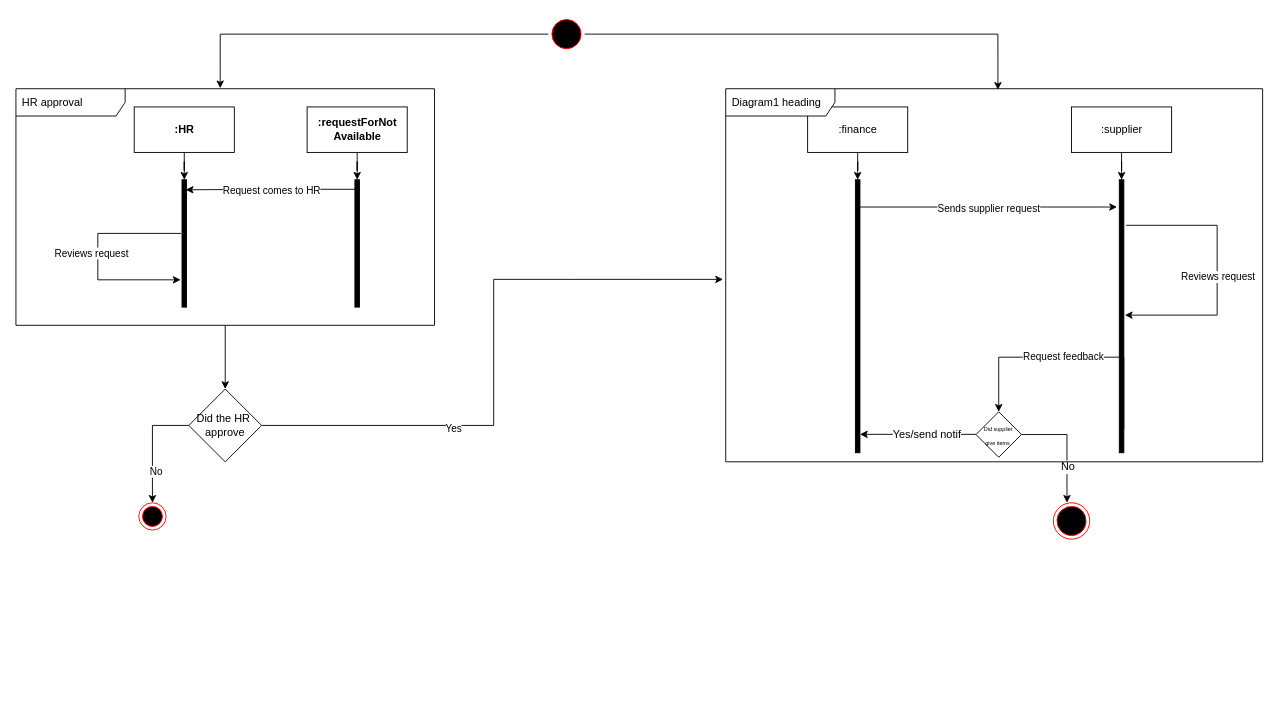
The draw.io diagram Interaction Overview Diagram/BuyItemsIOD.drawio in kjahaj/Inventory-system-Door-7-guys., before the edit. Source tidied: cells renumbered, new cells numbered last; positions are measured from the earlier drawing's top-left corner, leaving out a move shared by most shapes. Both pictures are drawn from the tidied source at 91%, with x=0, y=0 at pixel (15, 15).
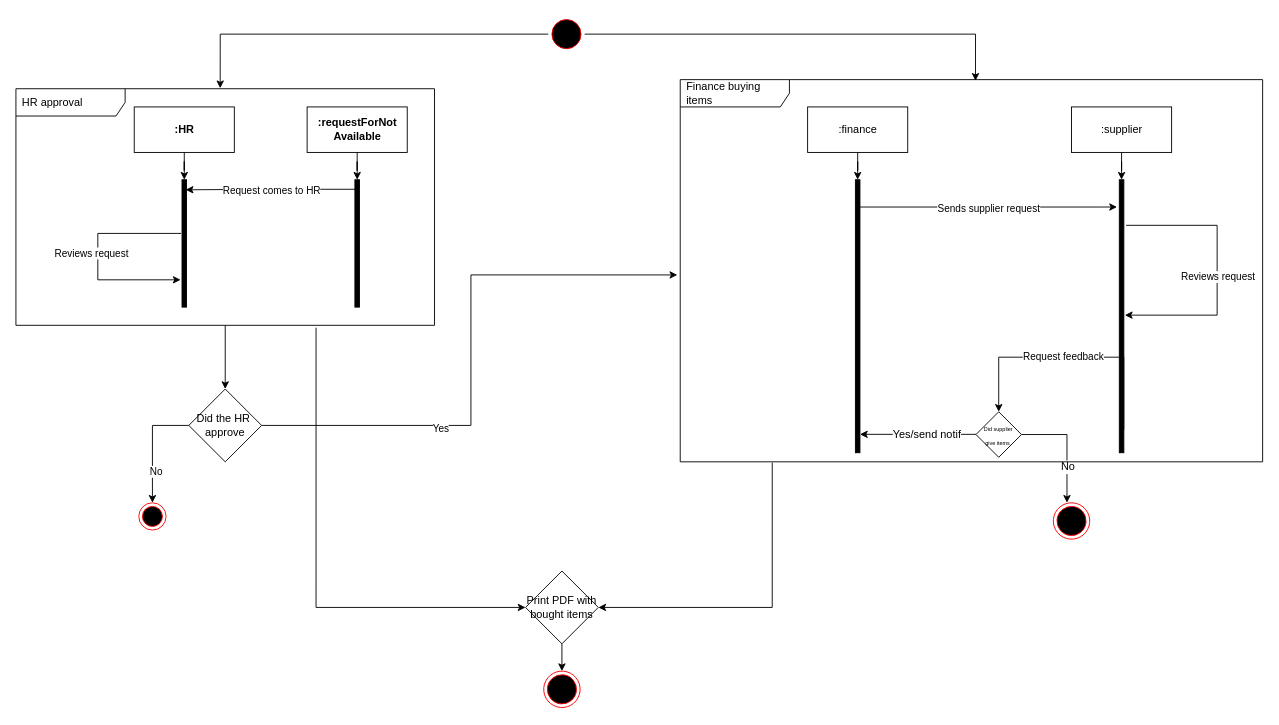
Above is the later version.

The change refers to these unchanged cells:
```xml
<mxCell id="16" value="HR approval" style="shape=umlFrame;whiteSpace=wrap;html=1;width=120;height=30;boundedLbl=1;verticalAlign=middle;align=left;spacingLeft=5;" parent="1" vertex="1">
  <mxGeometry y="80" width="460" height="260" as="geometry" />
</mxCell>
```

Change to the diagram source:
```diff
@@
+    <mxCell id="42" style="edgeStyle=orthogonalEdgeStyle;rounded=0;jettySize=auto;html=1;entryX=0;entryY=0.5;entryDx=0;entryDy=0;fontSize=12;exitX=0.717;exitY=1.01;exitDx=0;exitDy=0;exitPerimeter=0;" parent="1" edge="1" source="16" target="45">
+      <mxGeometry relative="1" as="geometry">
+        <Array as="points">
+          <mxPoint x="330" y="650" />
+        </Array>
+      </mxGeometry>
+    </mxCell>
@@
-    <mxCell id="41" value="Diagram1 heading" style="shape=umlFrame;whiteSpace=wrap;html=1;width=120;height=30;boundedLbl=1;verticalAlign=middle;align=left;spacingLeft=5;fontSize=12;" parent="1" vertex="1">
-      <mxGeometry x="780" y="80" width="590" height="410" as="geometry" />
+    <mxCell id="41" value="Finance buying items" style="shape=umlFrame;whiteSpace=wrap;html=1;width=120;height=30;boundedLbl=1;verticalAlign=middle;align=left;spacingLeft=5;fontSize=12;" parent="1" vertex="1">
+      <mxGeometry x="730" y="70" width="640" height="420" as="geometry" />
     </mxCell>
+    <mxCell id="43" style="edgeStyle=orthogonalEdgeStyle;rounded=0;jettySize=auto;html=1;fontSize=12;exitX=0.158;exitY=1.002;exitDx=0;exitDy=0;exitPerimeter=0;entryX=1;entryY=0.5;entryDx=0;entryDy=0;" parent="1" edge="1" source="41" target="45">
+      <mxGeometry relative="1" as="geometry" />
+    </mxCell>
+    <mxCell id="44" style="edgeStyle=orthogonalEdgeStyle;rounded=0;jettySize=auto;html=1;fontSize=12;" parent="1" edge="1" source="45">
+      <mxGeometry relative="1" as="geometry">
+        <mxPoint x="600" y="720" as="targetPoint" />
+      </mxGeometry>
+    </mxCell>
+    <mxCell id="45" value="Print PDF with bought items" style="rhombus;whiteSpace=wrap;html=1;" parent="1" vertex="1">
+      <mxGeometry x="560" y="610" width="80" height="80" as="geometry" />
+    </mxCell>
+    <mxCell id="46" style="ellipse;html=1;shape=endState;fillColor=#000000;strokeColor=#ff0000;fontSize=12;rotation=5;" parent="1" vertex="1">
+      <mxGeometry x="580" y="720" width="40" height="40" as="geometry" />
+    </mxCell>
```
